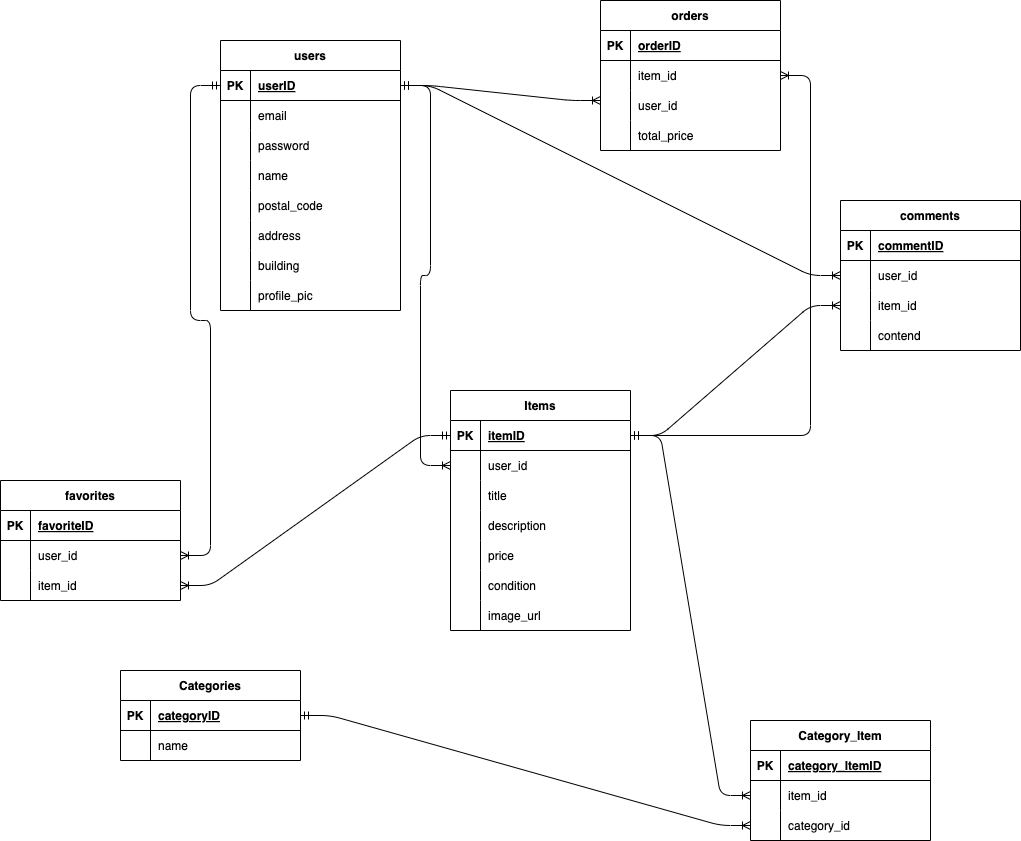
Earlier version of the draw.io export src/index.drawio.png (yanagimuneyoshi/furima). Source tidied: cells renumbered, new cells last; positions are measured from the earlier drawing's top-left corner, leaving out a move shared by most shapes.
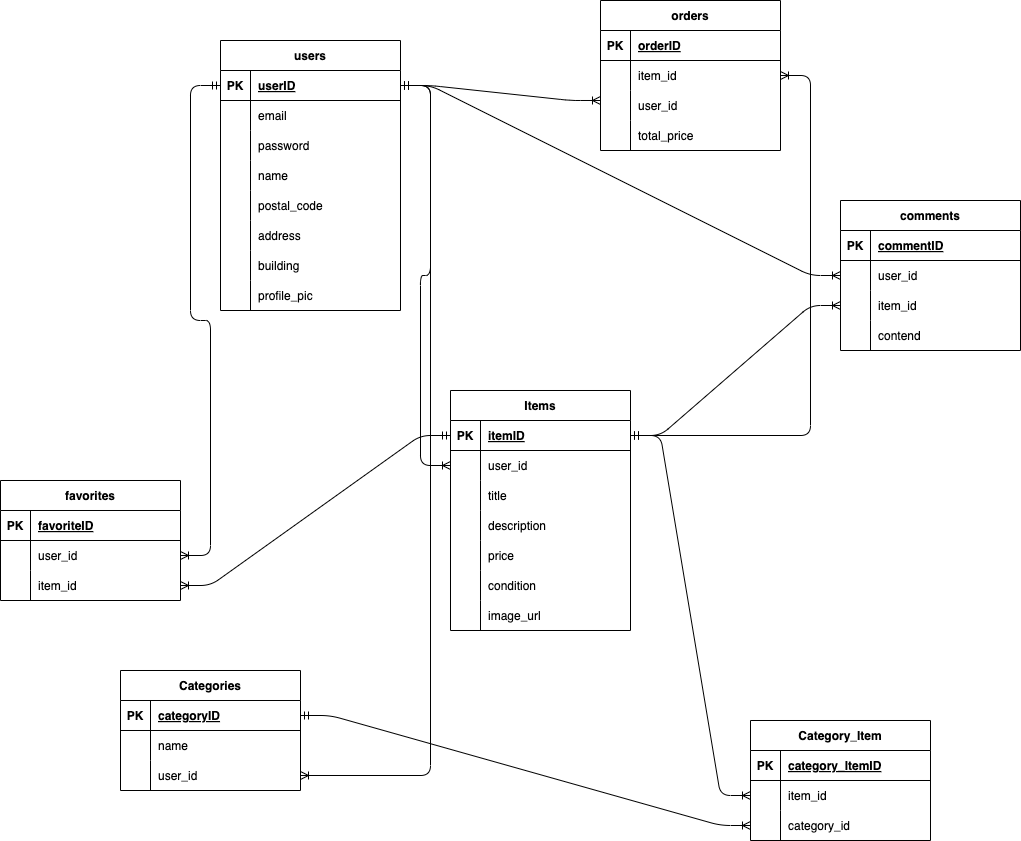
After the change.

What changed in the source:
```diff
@@ -275,7 +275,7 @@
       <mxGeometry relative="1" as="geometry" />
     </mxCell>
     <mxCell id="92" value="Categories" style="shape=table;startSize=30;rowLines=0;fontStyle=1;align=center;" parent="1" vertex="1">
-      <mxGeometry x="120" y="670" width="180" height="90" as="geometry" />
+      <mxGeometry x="120" y="670" width="180" height="120" as="geometry" />
     </mxCell>
     <mxCell id="93" style="shape=tableRow;horizontal=0;startSize=0;swimlaneHead=0;swimlaneBody=0;fillColor=none;points=[[0,0.5],[1,0.5]];portConstraint=eastwest;top=0;left=0;right=0;bottom=1;" parent="92" vertex="1">
       <mxGeometry y="30" width="180" height="30" as="geometry" />
@@ -295,6 +295,15 @@
     <mxCell id="98" value="name" style="shape=partialRectangle;fillColor=none;top=0;left=0;bottom=0;right=0;align=left;spacingLeft=6;overflow=hidden;" parent="96" vertex="1">
       <mxGeometry x="30" width="150" height="30" as="geometry" />
     </mxCell>
+    <mxCell id="111" style="shape=tableRow;horizontal=0;startSize=0;swimlaneHead=0;swimlaneBody=0;fillColor=none;points=[[0,0.5],[1,0.5]];portConstraint=eastwest;top=0;left=0;right=0;bottom=0;" parent="92" vertex="1">
+      <mxGeometry y="90" width="180" height="30" as="geometry" />
+    </mxCell>
+    <mxCell id="112" style="shape=partialRectangle;fillColor=none;top=0;left=0;bottom=0;right=0;overflow=hidden;" parent="111" vertex="1">
+      <mxGeometry width="30" height="30" as="geometry" />
+    </mxCell>
+    <mxCell id="113" value="user_id" style="shape=partialRectangle;fillColor=none;top=0;left=0;bottom=0;right=0;align=left;spacingLeft=6;overflow=hidden;" parent="111" vertex="1">
+      <mxGeometry x="30" width="150" height="30" as="geometry" />
+    </mxCell>
     <mxCell id="99" value="Category_Item" style="shape=table;startSize=30;rowLines=0;fontStyle=1;align=center;" parent="1" vertex="1">
       <mxGeometry x="750" y="720" width="180" height="120" as="geometry" />
     </mxCell>
@@ -331,5 +340,10 @@
     <mxCell id="110" style="edgeStyle=entityRelationEdgeStyle;fontSize=12;html=1;endArrow=ERoneToMany;startArrow=ERmandOne;entryX=0;entryY=0.5;entryDx=0;entryDy=0;" parent="1" edge="1" source="41" target="103">
       <mxGeometry relative="1" as="geometry" />
     </mxCell>
+    <mxCell id="114" style="edgeStyle=entityRelationEdgeStyle;fontSize=12;html=1;endArrow=ERoneToMany;startArrow=ERmandOne;" parent="1" edge="1" target="111">
+      <mxGeometry relative="1" as="geometry">
+        <mxPoint x="400" y="85" as="sourcePoint" />
+      </mxGeometry>
+    </mxCell>
   </root>
 </mxGraphModel>
```
